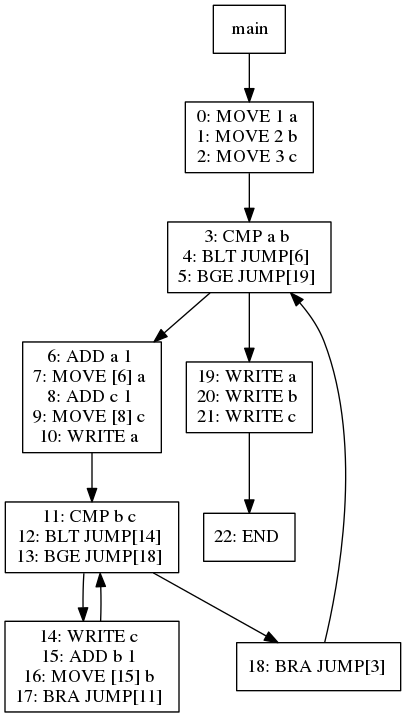
Before: viz/test010.dot.png, a diagram exported from Graphviz (jiahanwang/PL241-Compiler). Its source is kept beside it as viz/test010.dot.
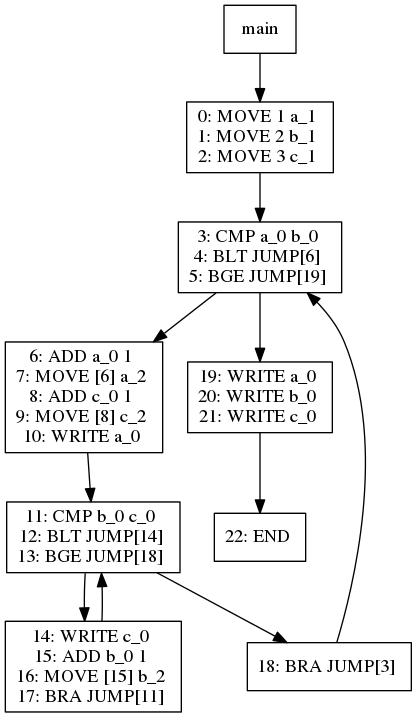
After the commit.

Diff of the diagram source:
```diff
@@ -1,45 +1,45 @@
 digraph test010 {
 node [shape=box]
-156[label="main"]
-156 -> 158
-158[label="0: MOVE 1 a
-1: MOVE 2 b
-2: MOVE 3 c
+1[label="main"]
+1 -> 3
+3[label="0: MOVE 1 a_1
+1: MOVE 2 b_1
+2: MOVE 3 c_1
 "]
-158 -> 161
-161[label="3: CMP a b
+3 -> 6
+6[label="3: CMP a_0 b_0
 4: BLT JUMP[6]
 5: BGE JUMP[19]
 "]
-161 -> 163
-163[label="6: ADD a 1
-7: MOVE [6] a
-8: ADD c 1
-9: MOVE [8] c
-10: WRITE a
+6 -> 8
+8[label="6: ADD a_0 1
+7: MOVE [6] a_2
+8: ADD c_0 1
+9: MOVE [8] c_2
+10: WRITE a_0
 "]
-163 -> 166
-166[label="11: CMP b c
+8 -> 11
+11[label="11: CMP b_0 c_0
 12: BLT JUMP[14]
 13: BGE JUMP[18]
 "]
-166 -> 168
-168[label="14: WRITE c
-15: ADD b 1
-16: MOVE [15] b
+11 -> 13
+13[label="14: WRITE c_0
+15: ADD b_0 1
+16: MOVE [15] b_2
 17: BRA JUMP[11]
 "]
-168 -> 166
-166 -> 167
-167[label="18: BRA JUMP[3]
+13 -> 11
+11 -> 12
+12[label="18: BRA JUMP[3]
 "]
-167 -> 161
-161 -> 162
-162[label="19: WRITE a
-20: WRITE b
-21: WRITE c
+12 -> 6
+6 -> 7
+7[label="19: WRITE a_0
+20: WRITE b_0
+21: WRITE c_0
 "]
-162 -> 173
-173[label="22: END
+7 -> 18
+18[label="22: END
 "]
 }
```
